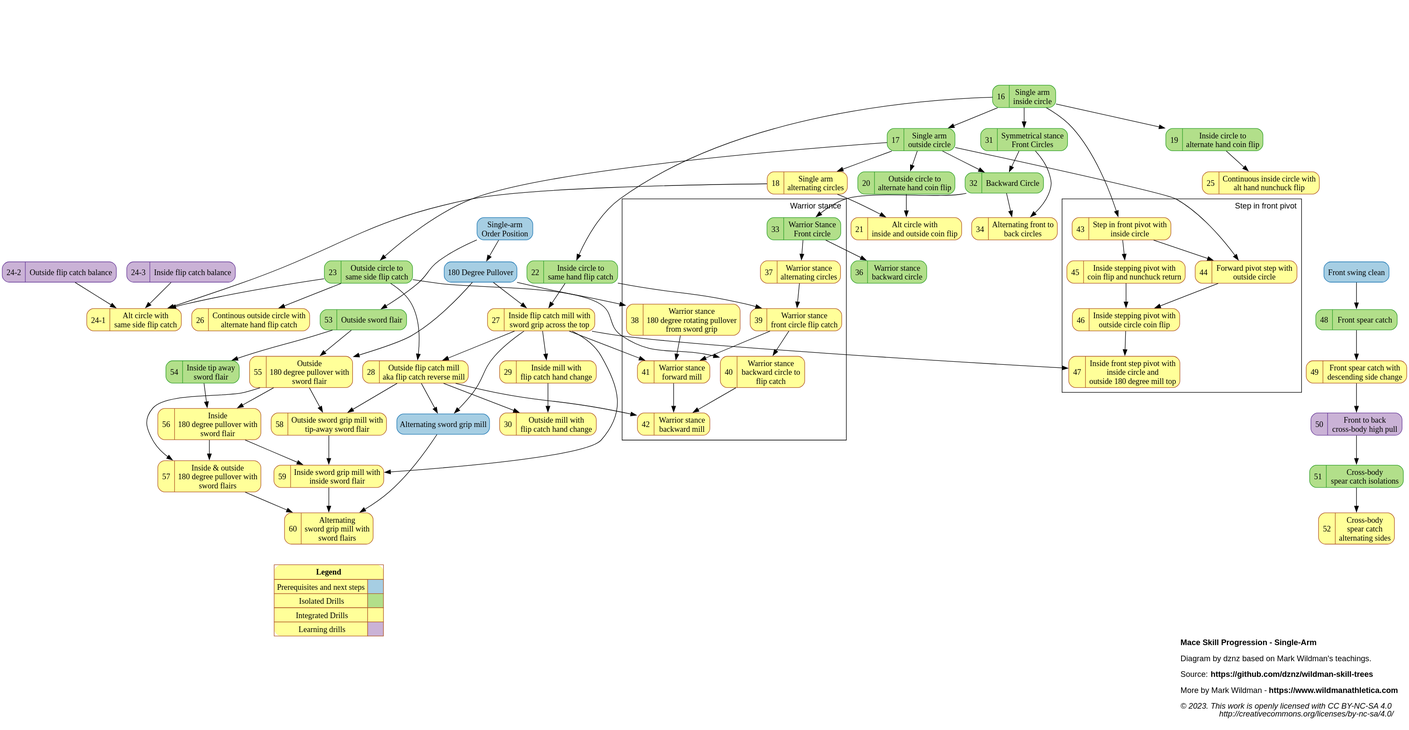
Earlier version of the PlantUML export dist/mace_progression_sa.svg (dznz/wildman-skill-trees). Its source is kept beside it as src/mace/mace_progression_sa.puml.
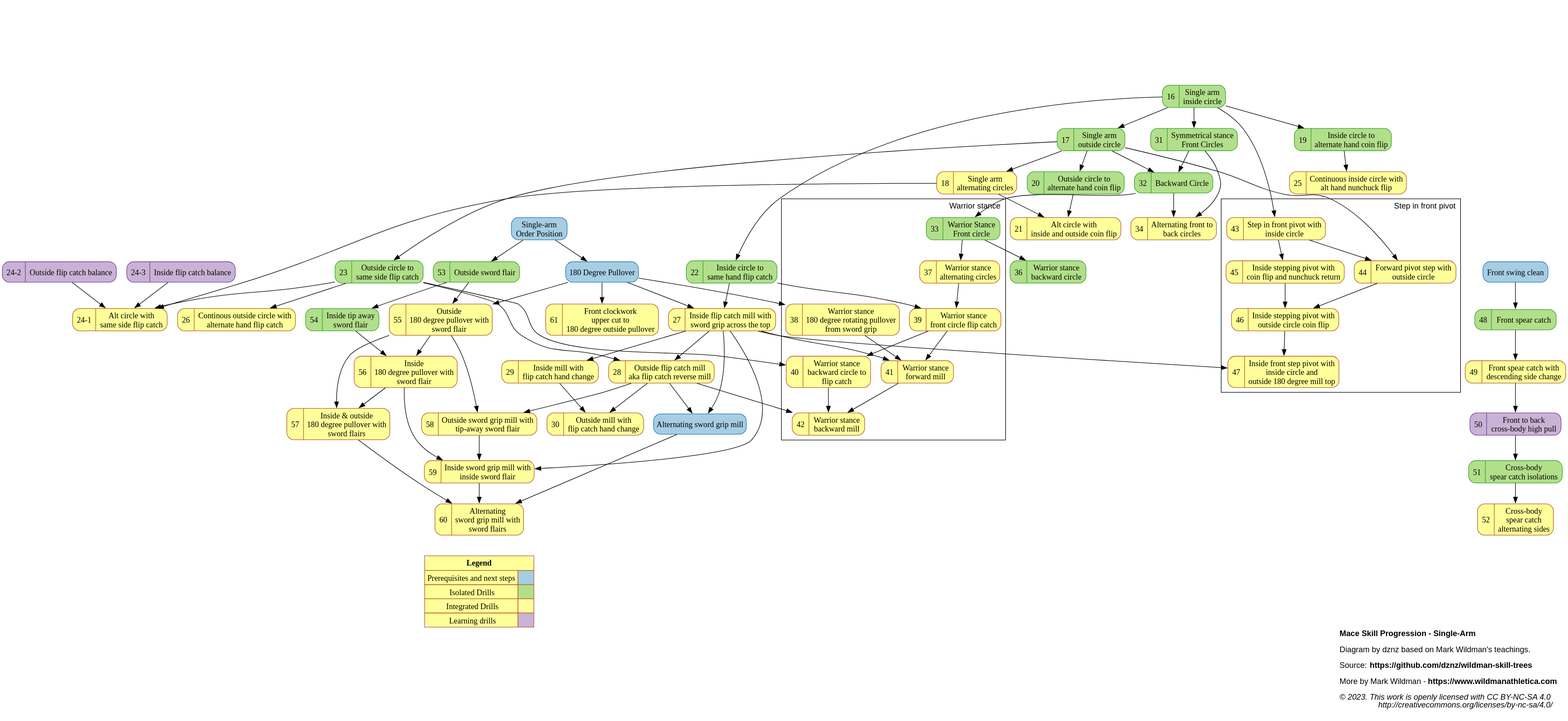
After the change.

Commit message:
feat(mace_progression): add M-61

Change to the diagram source:
```diff
@@ -90,6 +90,7 @@
 mov_58_outswordmillwflair      [label="{{58  |Outside sword grip mill with\ntip-away sword flair}}"       URL="https://www.youtube.com/watch?v=bKldH_In6SI" ];
 mov_59_inswordmillwflair       [label="{{59  |Inside sword grip mill with\ninside sword flair}}"          URL="https://www.youtube.com/watch?v=uMLwGxhbt2Y" ];
 mov_60_altswordmillwflair      [label="{{60  |Alternating\nsword grip mill with\nsword flairs}}"          URL="https://www.youtube.com/watch?v=_GBln0VGekg" ];
+mov_61_clockupper2180outpull   [label="{{61  |Front clockwork\nupper cut to\n180 degree outside pullover}}"          URL="https://www.youtube.com/watch?v=XP7abuBs_V0" ];
 
     // Precursor
     ext_180pull -> mov_27_inflip180pull
@@ -171,7 +172,10 @@
     {mov_27_inflip180pull, mov_56_in180pullwflair, mov_58_outswordmillwflair} -> mov_59_inswordmillwflair
     {ext_altmill, mov_57_alt180pullwflair, mov_59_inswordmillwflair} -> mov_60_altswordmillwflair
 
+    {ext_180pull} -> mov_61_clockupper2180outpull
+
     {rank=same;mov_23_outcircle2sameflip;mov_36_warbkcircle}
+    {rank=same;mov_55_out180pullwflair,mov_61_clockupper2180outpull}
 
 
 
```
